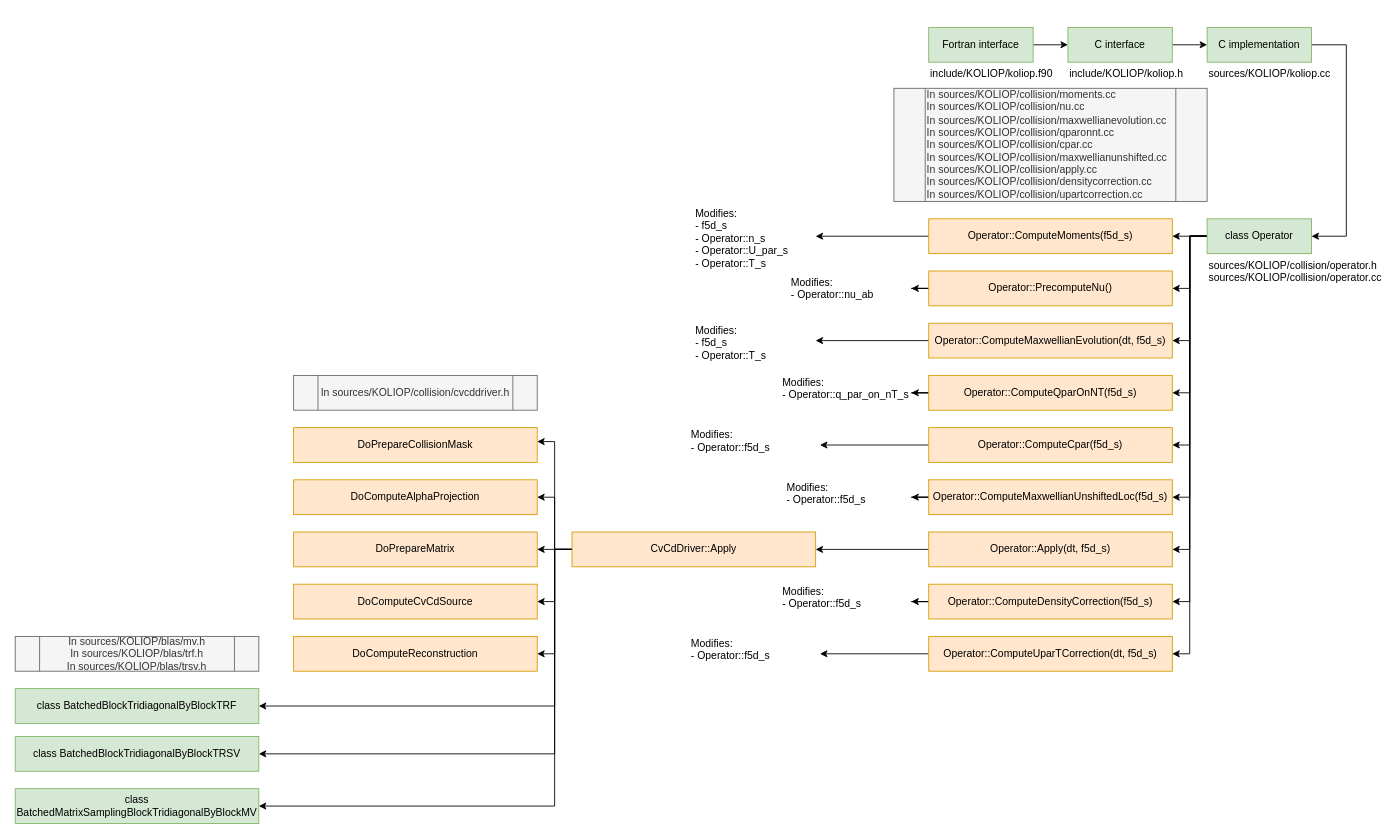
This is documents/KOLIOP_Architecture.drawio from gyselax/gysela-collisions, a draw.io file, before an edit. Source tidied: cells renumbered, new cells numbered last; positions are measured from the earlier drawing's top-left corner, leaving out a move shared by most shapes. Both pictures are drawn from the tidied source at 87%, with x=0, y=0 at pixel (15, 27).
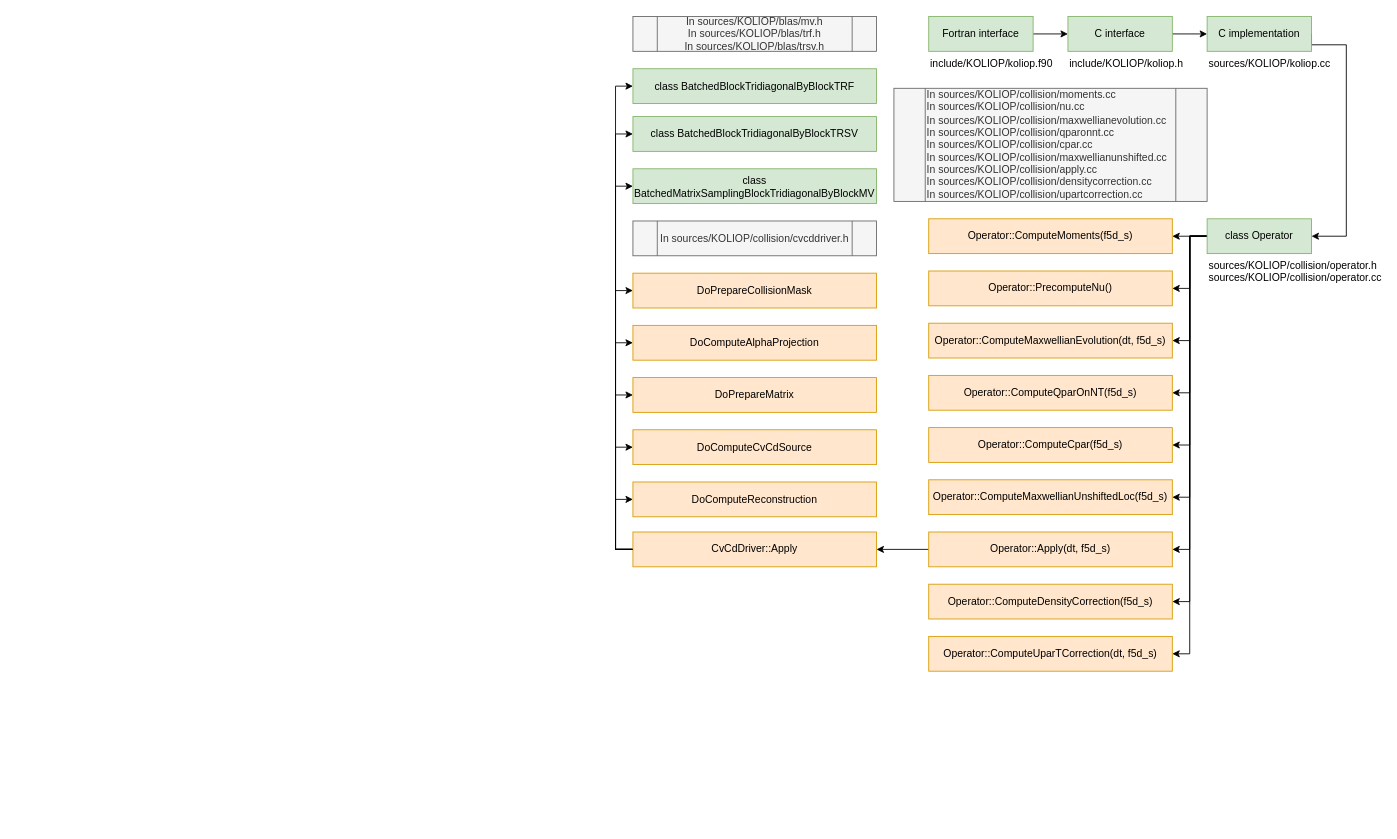
The same diagram, later.

Unchanged cells that the change refers to:
```xml
<mxCell id="22" value="Operator::ComputeMoments(f5d_s)" style="rounded=0;whiteSpace=wrap;html=1;fillColor=#ffe6cc;strokeColor=#d79b00;" parent="1" vertex="1">
  <mxGeometry x="1050" y="220" width="280" height="40" as="geometry" />
</mxCell>
<mxCell id="25" value="Operator::PrecomputeNu()" style="rounded=0;whiteSpace=wrap;html=1;fillColor=#ffe6cc;strokeColor=#d79b00;" parent="1" vertex="1">
  <mxGeometry x="1050" y="280" width="280" height="40" as="geometry" />
</mxCell>
<mxCell id="27" value="Operator::ComputeMaxwellianEvolution(dt, f5d_s)" style="rounded=0;whiteSpace=wrap;html=1;fillColor=#ffe6cc;strokeColor=#d79b00;" parent="1" vertex="1">
  <mxGeometry x="1050" y="340" width="280" height="40" as="geometry" />
</mxCell>
<mxCell id="29" value="Operator::ComputeQparOnNT(f5d_s)" style="rounded=0;whiteSpace=wrap;html=1;fillColor=#ffe6cc;strokeColor=#d79b00;" parent="1" vertex="1">
  <mxGeometry x="1050" y="400" width="280" height="40" as="geometry" />
</mxCell>
<mxCell id="33" value="Operator::ComputeCpar(f5d_s)" style="rounded=0;whiteSpace=wrap;html=1;fillColor=#ffe6cc;strokeColor=#d79b00;" parent="1" vertex="1">
  <mxGeometry x="1050" y="460" width="280" height="40" as="geometry" />
</mxCell>
<mxCell id="35" value="Operator::ComputeMaxwellianUnshiftedLoc(f5d_s)" style="rounded=0;whiteSpace=wrap;html=1;fillColor=#ffe6cc;strokeColor=#d79b00;" parent="1" vertex="1">
  <mxGeometry x="1050" y="520" width="280" height="40" as="geometry" />
</mxCell>
<mxCell id="37" value="Operator::ComputeDensityCorrection(f5d_s)" style="rounded=0;whiteSpace=wrap;html=1;fillColor=#ffe6cc;strokeColor=#d79b00;" parent="1" vertex="1">
  <mxGeometry x="1050" y="640" width="280" height="40" as="geometry" />
</mxCell>
<mxCell id="39" value="Operator::ComputeUparTCorrection(dt, f5d_s)" style="rounded=0;whiteSpace=wrap;html=1;fillColor=#ffe6cc;strokeColor=#d79b00;" parent="1" vertex="1">
  <mxGeometry x="1050" y="700" width="280" height="40" as="geometry" />
</mxCell>
```

What changed in the source:
```diff
@@
     <mxCell id="3" value="Fortran interface" style="rounded=0;whiteSpace=wrap;html=1;fillColor=#d5e8d4;strokeColor=#82b366;" parent="1" vertex="1">
-      <mxGeometry x="1050" width="120" height="40" as="geometry" />
+      <mxGeometry x="1050" y="-12.5" width="120" height="40" as="geometry" />
     </mxCell>
@@
     <mxCell id="5" value="C interface" style="rounded=0;whiteSpace=wrap;html=1;fillColor=#d5e8d4;strokeColor=#82b366;" parent="1" vertex="1">
-      <mxGeometry x="1210" width="120" height="40" as="geometry" />
+      <mxGeometry x="1210" y="-12.5" width="120" height="40" as="geometry" />
     </mxCell>
     <mxCell id="6" value="include/KOLIOP/koliop.f90" style="text;html=1;align=left;verticalAlign=top;whiteSpace=wrap;rounded=0;" parent="1" vertex="1">
-      <mxGeometry x="1050" y="40" width="120" height="40" as="geometry" />
+      <mxGeometry x="1050" y="27.5" width="120" height="40" as="geometry" />
     </mxCell>
     <mxCell id="7" value="include/KOLIOP/koliop.h" style="text;html=1;align=left;verticalAlign=top;whiteSpace=wrap;rounded=0;" parent="1" vertex="1">
-      <mxGeometry x="1210" y="40" width="120" height="40" as="geometry" />
+      <mxGeometry x="1210" y="27.5" width="120" height="40" as="geometry" />
     </mxCell>
@@
     <mxCell id="9" value="C implementation" style="rounded=0;whiteSpace=wrap;html=1;fillColor=#d5e8d4;strokeColor=#82b366;" parent="1" vertex="1">
-      <mxGeometry x="1370" width="120" height="40" as="geometry" />
+      <mxGeometry x="1370" y="-12.5" width="120" height="40" as="geometry" />
     </mxCell>
     <mxCell id="10" value="sources/KOLIOP/koliop.cc" style="text;html=1;align=left;verticalAlign=top;whiteSpace=wrap;rounded=0;" parent="1" vertex="1">
-      <mxGeometry x="1370" y="40" width="120" height="40" as="geometry" />
+      <mxGeometry x="1370" y="27.5" width="120" height="40" as="geometry" />
     </mxCell>
@@
-    <mxCell id="21" style="edgeStyle=orthogonalEdgeStyle;rounded=0;jettySize=auto;html=1;entryX=1;entryY=0.5;entryDx=0;entryDy=0;" parent="1" edge="1" source="22" target="41">
-      <mxGeometry relative="1" as="geometry" />
-    </mxCell>
@@
-    <mxCell id="24" style="edgeStyle=orthogonalEdgeStyle;rounded=0;jettySize=auto;html=1;entryX=1;entryY=0.5;entryDx=0;entryDy=0;" parent="1" edge="1" source="25" target="40">
-      <mxGeometry relative="1" as="geometry" />
-    </mxCell>
@@
-    <mxCell id="26" style="edgeStyle=orthogonalEdgeStyle;rounded=0;jettySize=auto;html=1;entryX=1;entryY=0.5;entryDx=0;entryDy=0;" parent="1" edge="1" source="27" target="42">
-      <mxGeometry relative="1" as="geometry" />
-    </mxCell>
@@
-    <mxCell id="28" style="edgeStyle=orthogonalEdgeStyle;rounded=0;jettySize=auto;html=1;entryX=1;entryY=0.5;entryDx=0;entryDy=0;" parent="1" edge="1" source="29" target="43">
-      <mxGeometry relative="1" as="geometry" />
-    </mxCell>
@@
-    <mxCell id="32" style="edgeStyle=orthogonalEdgeStyle;rounded=0;jettySize=auto;html=1;entryX=1;entryY=0.5;entryDx=0;entryDy=0;" parent="1" edge="1" source="33" target="44">
-      <mxGeometry relative="1" as="geometry" />
-    </mxCell>
@@
-    <mxCell id="34" style="edgeStyle=orthogonalEdgeStyle;rounded=0;jettySize=auto;html=1;entryX=1;entryY=0.5;entryDx=0;entryDy=0;" parent="1" edge="1" source="35" target="45">
-      <mxGeometry relative="1" as="geometry" />
-    </mxCell>
@@
-    <mxCell id="36" style="edgeStyle=orthogonalEdgeStyle;rounded=0;jettySize=auto;html=1;entryX=1;entryY=0.5;entryDx=0;entryDy=0;" parent="1" edge="1" source="37" target="54">
-      <mxGeometry relative="1" as="geometry" />
-    </mxCell>
@@
-    <mxCell id="38" style="edgeStyle=orthogonalEdgeStyle;rounded=0;jettySize=auto;html=1;entryX=1;entryY=0.5;entryDx=0;entryDy=0;" parent="1" edge="1" source="39" target="55">
-      <mxGeometry relative="1" as="geometry" />
-    </mxCell>
@@
-    <mxCell id="40" value="Modifies:&lt;br&gt;&lt;div style=&quot;&quot;&gt;&lt;span style=&quot;background-color: initial;&quot;&gt;- Operator::nu_ab&lt;/span&gt;&lt;/div&gt;" style="text;html=1;align=left;verticalAlign=top;whiteSpace=wrap;rounded=0;" parent="1" vertex="1">
-      <mxGeometry x="890" y="280" width="140" height="40" as="geometry" />
-    </mxCell>
-    <mxCell id="41" value="Modifies:&lt;br&gt;&lt;div style=&quot;&quot;&gt;&lt;span style=&quot;background-color: initial;&quot;&gt;- f5d_s&lt;/span&gt;&lt;/div&gt;&lt;div style=&quot;&quot;&gt;&lt;span style=&quot;background-color: initial;&quot;&gt;- Operator::n_s&lt;br&gt;&lt;/span&gt;- Operator::U_par_s&lt;br&gt;- Operator::T_s&lt;span style=&quot;background-color: initial;&quot;&gt;&lt;br&gt;&lt;/span&gt;&lt;/div&gt;" style="text;html=1;align=left;verticalAlign=top;whiteSpace=wrap;rounded=0;" parent="1" vertex="1">
-      <mxGeometry x="780" y="200" width="140" height="80" as="geometry" />
-    </mxCell>
-    <mxCell id="42" value="Modifies:&lt;div&gt;- f5d_s&lt;br&gt;&lt;div style=&quot;&quot;&gt;&lt;span style=&quot;background-color: initial;&quot;&gt;- Operator::T_s&lt;/span&gt;&lt;/div&gt;&lt;/div&gt;" style="text;html=1;align=left;verticalAlign=top;whiteSpace=wrap;rounded=0;" parent="1" vertex="1">
-      <mxGeometry x="780" y="335" width="140" height="50" as="geometry" />
-    </mxCell>
-    <mxCell id="43" value="Modifies:&lt;div&gt;&lt;div style=&quot;&quot;&gt;&lt;span style=&quot;background-color: initial;&quot;&gt;- Operator::&lt;/span&gt;&lt;span style=&quot;background-color: initial;&quot;&gt;q_par_on_nT_s&lt;/span&gt;&lt;/div&gt;&lt;/div&gt;" style="text;html=1;align=left;verticalAlign=top;whiteSpace=wrap;rounded=0;" parent="1" vertex="1">
-      <mxGeometry x="880" y="395" width="150" height="50" as="geometry" />
-    </mxCell>
-    <mxCell id="44" value="Modifies:&lt;div&gt;&lt;div style=&quot;&quot;&gt;&lt;span style=&quot;background-color: initial;&quot;&gt;- Operator::&lt;/span&gt;&lt;span style=&quot;background-color: initial;&quot;&gt;f5d_s&lt;/span&gt;&lt;/div&gt;&lt;/div&gt;" style="text;html=1;align=left;verticalAlign=top;whiteSpace=wrap;rounded=0;" parent="1" vertex="1">
-      <mxGeometry x="775" y="455" width="150" height="50" as="geometry" />
-    </mxCell>
-    <mxCell id="45" value="Modifies:&lt;div&gt;&lt;div style=&quot;&quot;&gt;&lt;span style=&quot;background-color: initial;&quot;&gt;- Operator::&lt;/span&gt;&lt;span style=&quot;background-color: initial;&quot;&gt;f5d_s&lt;/span&gt;&lt;/div&gt;&lt;/div&gt;" style="text;html=1;align=left;verticalAlign=top;whiteSpace=wrap;rounded=0;" parent="1" vertex="1">
-      <mxGeometry x="885" y="515" width="145" height="50" as="geometry" />
-    </mxCell>
-    <mxCell id="46" style="edgeStyle=orthogonalEdgeStyle;rounded=0;jettySize=auto;html=1;entryX=1;entryY=0.5;entryDx=0;entryDy=0;" parent="1" edge="1" source="53" target="63">
-      <mxGeometry relative="1" as="geometry" />
+    <mxCell id="46" style="edgeStyle=orthogonalEdgeStyle;rounded=0;jettySize=auto;html=1;entryX=0;entryY=0.5;entryDx=0;entryDy=0;" parent="1" edge="1" source="53" target="63">
+      <mxGeometry relative="1" as="geometry">
+        <Array as="points">
+          <mxPoint x="690" y="600" />
+          <mxPoint x="690" y="363" />
+        </Array>
+      </mxGeometry>
     </mxCell>
-    <mxCell id="47" style="edgeStyle=orthogonalEdgeStyle;rounded=0;jettySize=auto;html=1;entryX=1;entryY=0.5;entryDx=0;entryDy=0;" parent="1" edge="1" source="53" target="61">
-      <mxGeometry relative="1" as="geometry" />
+    <mxCell id="47" style="edgeStyle=orthogonalEdgeStyle;rounded=0;jettySize=auto;html=1;entryX=0;entryY=0.5;entryDx=0;entryDy=0;" parent="1" edge="1" source="53" target="61">
+      <mxGeometry relative="1" as="geometry">
+        <Array as="points">
+          <mxPoint x="690" y="600" />
+          <mxPoint x="690" y="423" />
+        </Array>
+      </mxGeometry>
     </mxCell>
-    <mxCell id="48" style="edgeStyle=orthogonalEdgeStyle;rounded=0;jettySize=auto;html=1;entryX=1;entryY=0.5;entryDx=0;entryDy=0;" parent="1" edge="1" source="53" target="60">
-      <mxGeometry relative="1" as="geometry" />
+    <mxCell id="48" style="edgeStyle=orthogonalEdgeStyle;rounded=0;jettySize=auto;html=1;entryX=0;entryY=0.5;entryDx=0;entryDy=0;" parent="1" edge="1" source="53" target="60">
+      <mxGeometry relative="1" as="geometry">
+        <Array as="points">
+          <mxPoint x="690" y="600" />
+          <mxPoint x="690" y="483" />
+        </Array>
+      </mxGeometry>
     </mxCell>
-    <mxCell id="49" style="edgeStyle=orthogonalEdgeStyle;rounded=0;jettySize=auto;html=1;entryX=1;entryY=0.5;entryDx=0;entryDy=0;" parent="1" edge="1" source="53" target="59">
-      <mxGeometry relative="1" as="geometry" />
+    <mxCell id="49" style="edgeStyle=orthogonalEdgeStyle;rounded=0;jettySize=auto;html=1;entryX=0;entryY=0.5;entryDx=0;entryDy=0;" parent="1" edge="1" source="53" target="59">
+      <mxGeometry relative="1" as="geometry">
+        <Array as="points">
+          <mxPoint x="690" y="600" />
+          <mxPoint x="690" y="543" />
+        </Array>
+      </mxGeometry>
     </mxCell>
-    <mxCell id="50" style="edgeStyle=orthogonalEdgeStyle;rounded=0;jettySize=auto;html=1;entryX=1;entryY=0.5;entryDx=0;entryDy=0;" parent="1" edge="1" source="53" target="56">
+    <mxCell id="50" style="edgeStyle=orthogonalEdgeStyle;rounded=0;jettySize=auto;html=1;entryX=0;entryY=0.5;entryDx=0;entryDy=0;" parent="1" edge="1" source="53" target="56">
       <mxGeometry relative="1" as="geometry">
         <Array as="points">
-          <mxPoint x="620" y="600" />
-          <mxPoint x="620" y="780" />
+          <mxPoint x="690" y="600" />
+          <mxPoint x="690" y="67" />
         </Array>
       </mxGeometry>
     </mxCell>
-    <mxCell id="51" style="edgeStyle=orthogonalEdgeStyle;rounded=0;jettySize=auto;html=1;entryX=1;entryY=0.5;entryDx=0;entryDy=0;" parent="1" edge="1" source="53" target="57">
+    <mxCell id="51" style="edgeStyle=orthogonalEdgeStyle;rounded=0;jettySize=auto;html=1;entryX=0;entryY=0.5;entryDx=0;entryDy=0;" parent="1" edge="1" source="53" target="57">
       <mxGeometry relative="1" as="geometry">
         <Array as="points">
-          <mxPoint x="620" y="600" />
-          <mxPoint x="620" y="835" />
+          <mxPoint x="690" y="600" />
+          <mxPoint x="690" y="123" />
         </Array>
       </mxGeometry>
     </mxCell>
-    <mxCell id="52" style="edgeStyle=orthogonalEdgeStyle;rounded=0;jettySize=auto;html=1;entryX=1;entryY=0.5;entryDx=0;entryDy=0;" parent="1" edge="1" source="53" target="58">
+    <mxCell id="52" style="edgeStyle=orthogonalEdgeStyle;rounded=0;jettySize=auto;html=1;entryX=0;entryY=0.5;entryDx=0;entryDy=0;" parent="1" edge="1" source="53" target="58">
       <mxGeometry relative="1" as="geometry">
         <Array as="points">
-          <mxPoint x="620" y="600" />
-          <mxPoint x="620" y="895" />
+          <mxPoint x="690" y="600" />
+          <mxPoint x="690" y="183" />
         </Array>
       </mxGeometry>
     </mxCell>
     <mxCell id="53" value="CvCdDriver::Apply" style="rounded=0;whiteSpace=wrap;html=1;fillColor=#ffe6cc;strokeColor=#d79b00;" parent="1" vertex="1">
-      <mxGeometry x="640" y="580" width="280" height="40" as="geometry" />
+      <mxGeometry x="710" y="580" width="280" height="40" as="geometry" />
     </mxCell>
-    <mxCell id="54" value="Modifies:&lt;div&gt;&lt;div style=&quot;&quot;&gt;&lt;span style=&quot;background-color: initial;&quot;&gt;- Operator::&lt;/span&gt;&lt;span style=&quot;background-color: initial;&quot;&gt;f5d_s&lt;/span&gt;&lt;/div&gt;&lt;/div&gt;" style="text;html=1;align=left;verticalAlign=top;whiteSpace=wrap;rounded=0;" parent="1" vertex="1">
-      <mxGeometry x="880" y="635" width="150" height="50" as="geometry" />
-    </mxCell>
-    <mxCell id="55" value="Modifies:&lt;div&gt;&lt;div style=&quot;&quot;&gt;&lt;span style=&quot;background-color: initial;&quot;&gt;- Operator::&lt;/span&gt;&lt;span style=&quot;background-color: initial;&quot;&gt;f5d_s&lt;/span&gt;&lt;/div&gt;&lt;/div&gt;" style="text;html=1;align=left;verticalAlign=top;whiteSpace=wrap;rounded=0;" parent="1" vertex="1">
-      <mxGeometry x="775" y="695" width="150" height="50" as="geometry" />
-    </mxCell>
     <mxCell id="56" value="class&amp;nbsp;BatchedBlockTridiagonalByBlockTRF" style="rounded=0;whiteSpace=wrap;html=1;fillColor=#d5e8d4;strokeColor=#82b366;" parent="1" vertex="1">
-      <mxGeometry y="760" width="280" height="40" as="geometry" />
+      <mxGeometry x="710" y="47.5" width="280" height="40" as="geometry" />
     </mxCell>
     <mxCell id="57" value="class BatchedBlockTridiagonalByBlockTRSV" style="rounded=0;whiteSpace=wrap;html=1;fillColor=#d5e8d4;strokeColor=#82b366;" parent="1" vertex="1">
-      <mxGeometry y="815" width="280" height="40" as="geometry" />
+      <mxGeometry x="710" y="102.5" width="280" height="40" as="geometry" />
     </mxCell>
     <mxCell id="58" value="class BatchedMatrixSamplingBlockTridiagonalByBlockMV" style="rounded=0;whiteSpace=wrap;html=1;fillColor=#d5e8d4;strokeColor=#82b366;" parent="1" vertex="1">
-      <mxGeometry y="875" width="280" height="40" as="geometry" />
+      <mxGeometry x="710" y="162.5" width="280" height="40" as="geometry" />
     </mxCell>
     <mxCell id="59" value="DoComputeReconstruction" style="rounded=0;whiteSpace=wrap;html=1;fillColor=#ffe6cc;strokeColor=#d79b00;" parent="1" vertex="1">
-      <mxGeometry x="320" y="700" width="280" height="40" as="geometry" />
+      <mxGeometry x="710" y="522.5" width="280" height="40" as="geometry" />
     </mxCell>
     <mxCell id="60" value="DoComputeCvCdSource" style="rounded=0;whiteSpace=wrap;html=1;fillColor=#ffe6cc;strokeColor=#d79b00;" parent="1" vertex="1">
-      <mxGeometry x="320" y="640" width="280" height="40" as="geometry" />
+      <mxGeometry x="710" y="462.5" width="280" height="40" as="geometry" />
     </mxCell>
     <mxCell id="61" value="DoPrepareMatrix" style="rounded=0;whiteSpace=wrap;html=1;fillColor=#ffe6cc;strokeColor=#d79b00;" parent="1" vertex="1">
-      <mxGeometry x="320" y="580" width="280" height="40" as="geometry" />
+      <mxGeometry x="710" y="402.5" width="280" height="40" as="geometry" />
     </mxCell>
     <mxCell id="62" value="DoPrepareCollisionMask" style="rounded=0;whiteSpace=wrap;html=1;fillColor=#ffe6cc;strokeColor=#d79b00;" parent="1" vertex="1">
-      <mxGeometry x="320" y="460" width="280" height="40" as="geometry" />
+      <mxGeometry x="710" y="282.5" width="280" height="40" as="geometry" />
     </mxCell>
     <mxCell id="63" value="DoComputeAlphaProjection" style="rounded=0;whiteSpace=wrap;html=1;fillColor=#ffe6cc;strokeColor=#d79b00;" parent="1" vertex="1">
-      <mxGeometry x="320" y="520" width="280" height="40" as="geometry" />
+      <mxGeometry x="710" y="342.5" width="280" height="40" as="geometry" />
     </mxCell>
-    <mxCell id="64" style="edgeStyle=orthogonalEdgeStyle;rounded=0;jettySize=auto;html=1;entryX=1;entryY=0.402;entryDx=0;entryDy=0;entryPerimeter=0;" parent="1" edge="1" source="53" target="62">
-      <mxGeometry relative="1" as="geometry" />
+    <mxCell id="64" style="edgeStyle=orthogonalEdgeStyle;rounded=0;jettySize=auto;html=1;entryX=0;entryY=0.5;entryDx=0;entryDy=0;" parent="1" edge="1" source="53" target="62">
+      <mxGeometry relative="1" as="geometry">
+        <Array as="points">
+          <mxPoint x="690" y="600" />
+          <mxPoint x="690" y="303" />
+        </Array>
+      </mxGeometry>
     </mxCell>
     <mxCell id="65" value="&lt;span style=&quot;text-align: left;&quot;&gt;In sources/KOLIOP/collision/cvcddriver.h&lt;/span&gt;" style="shape=process;whiteSpace=wrap;html=1;backgroundOutline=1;fillColor=#f5f5f5;fontColor=#333333;strokeColor=#666666;" parent="1" vertex="1">
-      <mxGeometry x="320" y="400" width="280" height="40" as="geometry" />
+      <mxGeometry x="710" y="222.5" width="280" height="40" as="geometry" />
     </mxCell>
     <mxCell id="66" value="&lt;span style=&quot;text-align: left;&quot;&gt;In sources/KOLIOP/blas/mv.h&lt;br&gt;&lt;/span&gt;&lt;span style=&quot;text-align: left;&quot;&gt;In sources/KOLIOP/blas/trf.h&lt;br&gt;&lt;/span&gt;&lt;span style=&quot;text-align: left;&quot;&gt;In sources/KOLIOP/blas/trsv.h&lt;/span&gt;&lt;span style=&quot;text-align: left;&quot;&gt;&lt;br&gt;&lt;/span&gt;" style="shape=process;whiteSpace=wrap;html=1;backgroundOutline=1;fillColor=#f5f5f5;fontColor=#333333;strokeColor=#666666;" parent="1" vertex="1">
-      <mxGeometry y="700" width="280" height="40" as="geometry" />
+      <mxGeometry x="710" y="-12.5" width="280" height="40" as="geometry" />
     </mxCell>
```
